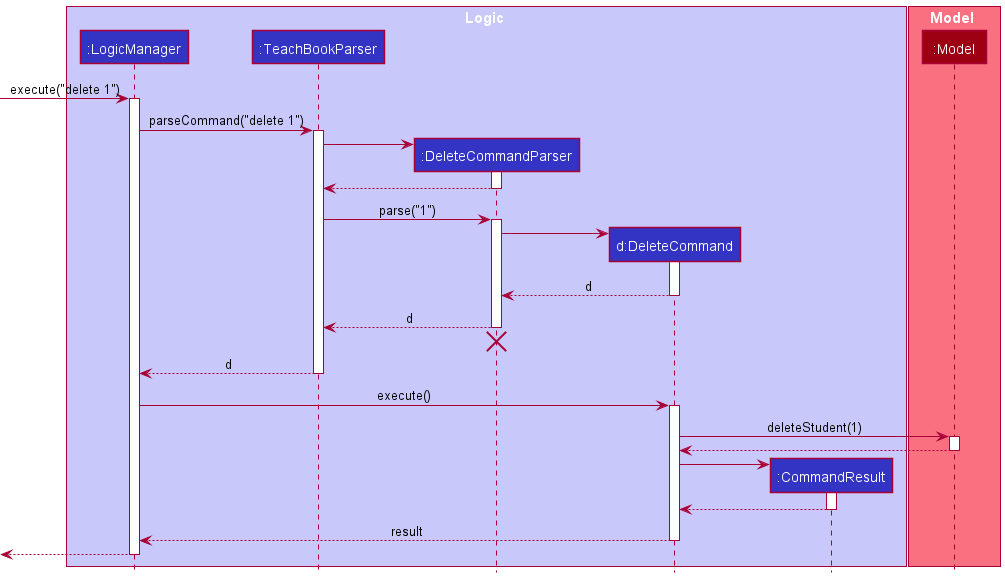
This is docs/images/DeleteSequenceDiagram.png from yulonglim/tp, a PlantUML export, as it was before one commit.
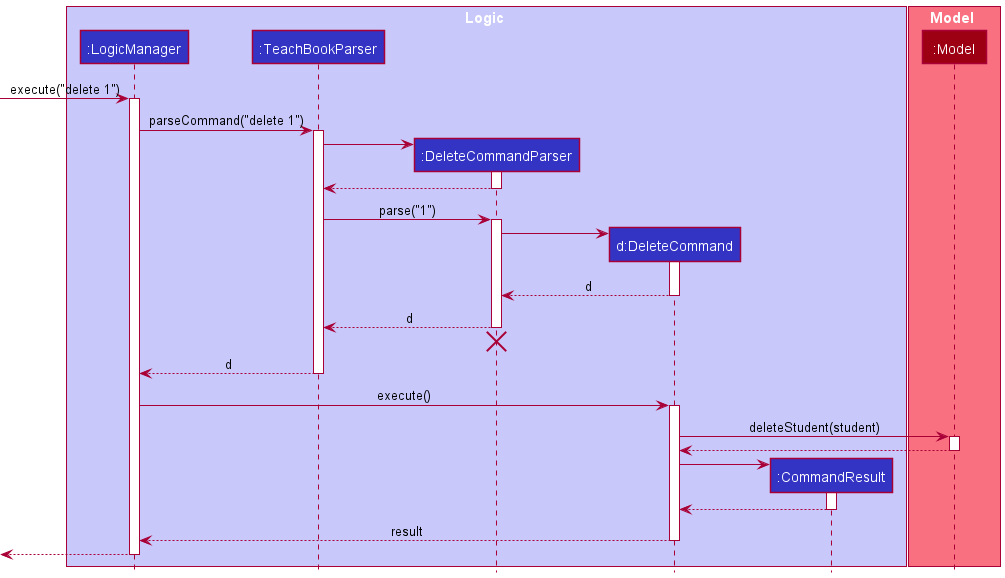
After the change.

Change to the diagram source:
```diff
@@ -47,7 +47,7 @@
 LogicManager -> DeleteCommand : execute()
 activate DeleteCommand
 
-DeleteCommand -> Model : deleteStudent(1)
+DeleteCommand -> Model : deleteStudent(student)
 activate Model
 
 Model --> DeleteCommand
```
